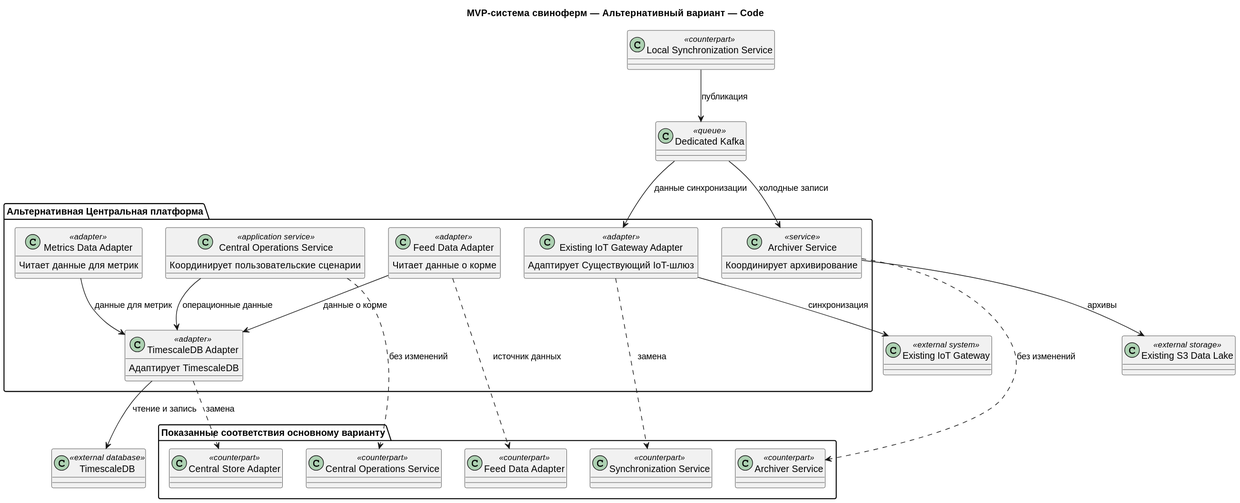
vs-ya-practicum/01-MSA-AgroTech keeps this PlantUML diagram as Task3/svg/03-04-alternative.c4.code.svg. Above is the earlier version. Source of this version:
```plantuml
@startuml
title MVP-система свиноферм — Альтернативный вариант — Code

skinparam classAttributeIconSize 0

package "Альтернативная Центральная платформа" as alternativeCentral {
    class "Existing IoT Gateway Adapter" as iotGatewayAdapter <<adapter>> {
        Адаптирует Существующий IoT-шлюз
    }

    class "TimescaleDB Adapter" as timescaleAdapter <<adapter>> {
        Адаптирует TimescaleDB
    }

    class "Central Operations Service" as operationsService <<application service>> {
        Координирует пользовательские сценарии
    }

    class "Feed Data Adapter" as feedDataAdapter <<adapter>> {
        Читает данные о корме
    }

    class "Metrics Data Adapter" as metricsDataAdapter <<adapter>> {
        Читает данные для метрик
    }

    class "Archiver Service" as archiverService <<service>> {
        Координирует архивирование
    }
}

package "Показанные соответствия основному варианту" as counterparts {
    class "Synchronization Service" as synchronizationService <<counterpart>>
    class "Central Store Adapter" as centralStoreAdapter <<counterpart>>
    class "Central Operations Service" as primaryOperationsService <<counterpart>>
    class "Feed Data Adapter" as primaryFeedDataAdapter <<counterpart>>
    class "Archiver Service" as primaryArchiverService <<counterpart>>
}

class "Existing IoT Gateway" as existingIotGateway <<external system>>
class "TimescaleDB" as timescaleDb <<external database>>
class "Dedicated Kafka" as dedicatedKafka <<queue>>
class "Existing S3 Data Lake" as existingS3DataLake <<external storage>>
class "Local Synchronization Service" as localSynchronizationService <<counterpart>>

iotGatewayAdapter --> existingIotGateway : синхронизация
timescaleAdapter --> timescaleDb : чтение и запись
operationsService --> timescaleAdapter : операционные данные
feedDataAdapter --> timescaleAdapter : данные о корме
metricsDataAdapter --> timescaleAdapter : данные для метрик
localSynchronizationService --> dedicatedKafka : публикация
dedicatedKafka --> iotGatewayAdapter : данные синхронизации
dedicatedKafka --> archiverService : холодные записи
archiverService --> existingS3DataLake : архивы

iotGatewayAdapter ..> synchronizationService : замена
timescaleAdapter ..> centralStoreAdapter : замена
operationsService ..> primaryOperationsService : без изменений
feedDataAdapter ..> primaryFeedDataAdapter : источник данных
archiverService ..> primaryArchiverService : без изменений
@enduml
```
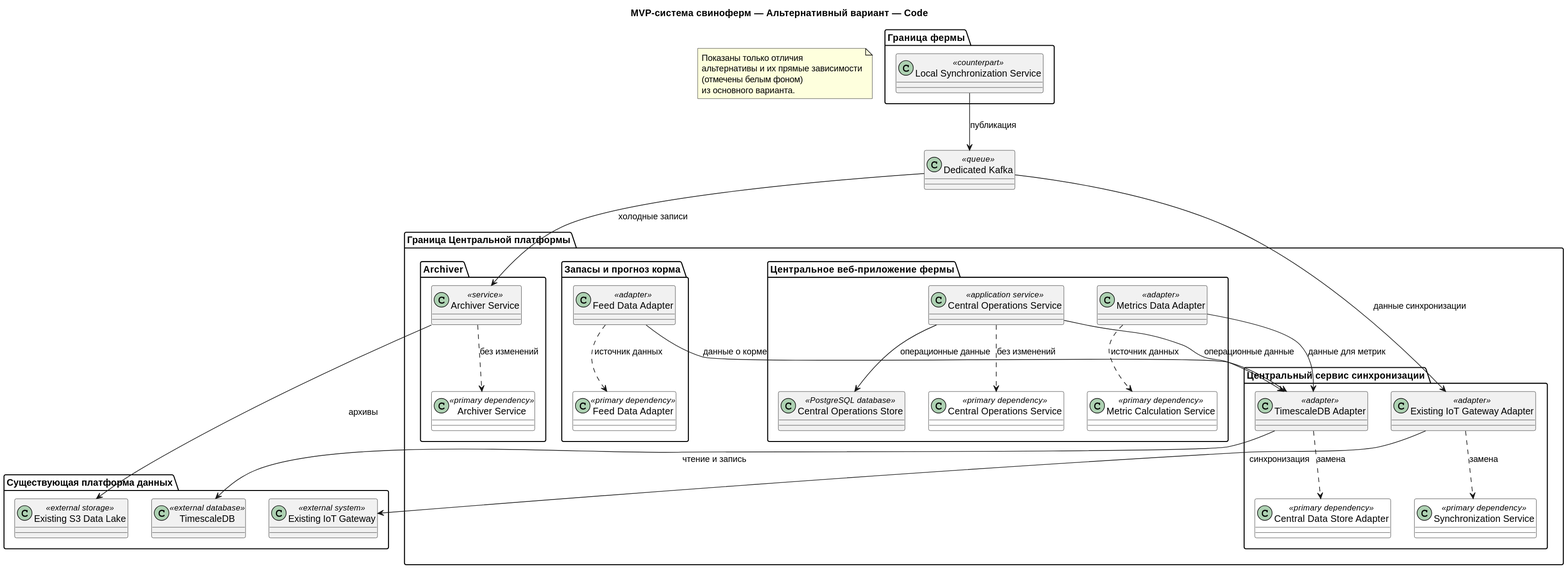
Later version of the same file.

Change to the diagram source:
```diff
@@ -2,46 +2,46 @@
 title MVP-система свиноферм — Альтернативный вариант — Code
 
 skinparam classAttributeIconSize 0
+skinparam classBackgroundColor<<primary dependency>> #FFFFFF
 
-package "Альтернативная Центральная платформа" as alternativeCentral {
-    class "Existing IoT Gateway Adapter" as iotGatewayAdapter <<adapter>> {
-        Адаптирует Существующий IoT-шлюз
-    }
+note "Показаны только отличия\nальтернативы и их прямые зависимости\n(отмечены белым фоном)\nиз основного варианта." as scopeNote
 
-    class "TimescaleDB Adapter" as timescaleAdapter <<adapter>> {
-        Адаптирует TimescaleDB
-    }
-
-    class "Central Operations Service" as operationsService <<application service>> {
-        Координирует пользовательские сценарии
-    }
-
-    class "Feed Data Adapter" as feedDataAdapter <<adapter>> {
-        Читает данные о корме
-    }
-
-    class "Metrics Data Adapter" as metricsDataAdapter <<adapter>> {
-        Читает данные для метрик
-    }
-
-    class "Archiver Service" as archiverService <<service>> {
-        Координирует архивирование
-    }
+package "Граница Центральной платформы" as centralPlatformBoundary {
+package "Центральный сервис синхронизации" as synchronizationPackage {
+    class "Existing IoT Gateway Adapter" as iotGatewayAdapter <<adapter>>
+    class "Synchronization Service" as synchronizationService <<primary dependency>>
+    class "TimescaleDB Adapter" as timescaleAdapter <<adapter>>
+    class "Central Data Store Adapter" as centralDataStoreAdapter <<primary dependency>>
 }
 
-package "Показанные соответствия основному варианту" as counterparts {
-    class "Synchronization Service" as synchronizationService <<counterpart>>
-    class "Central Store Adapter" as centralStoreAdapter <<counterpart>>
-    class "Central Operations Service" as primaryOperationsService <<counterpart>>
-    class "Feed Data Adapter" as primaryFeedDataAdapter <<counterpart>>
-    class "Archiver Service" as primaryArchiverService <<counterpart>>
+package "Центральное веб-приложение фермы" as operationsPackage {
+    class "Central Operations Service" as operationsService <<application service>>
+    class "Central Operations Service" as primaryOperationsService <<primary dependency>>
+    class "Metrics Data Adapter" as metricsDataAdapter <<adapter>>
+    class "Central Operations Store" as centralOperationsStore <<PostgreSQL database>>
+    class "Metric Calculation Service" as primaryMetricCalculationService <<primary dependency>>
 }
 
-class "Existing IoT Gateway" as existingIotGateway <<external system>>
-class "TimescaleDB" as timescaleDb <<external database>>
+package "Запасы и прогноз корма" as feedPackage {
+    class "Feed Data Adapter" as feedDataAdapter <<adapter>>
+    class "Feed Data Adapter" as primaryFeedDataAdapter <<primary dependency>>
+}
+
+package "Archiver" as archivePackage {
+    class "Archiver Service" as archiverService <<service>>
+    class "Archiver Service" as primaryArchiverService <<primary dependency>>
+}
+}
+
+package "Существующая платформа данных" as existingDataPlatform {
+    class "Existing IoT Gateway" as existingIotGateway <<external system>>
+    class "TimescaleDB" as timescaleDb <<external database>>
+    class "Existing S3 Data Lake" as existingS3DataLake <<external storage>>
+}
 class "Dedicated Kafka" as dedicatedKafka <<queue>>
-class "Existing S3 Data Lake" as existingS3DataLake <<external storage>>
+package "Граница фермы" as farmBoundary {
 class "Local Synchronization Service" as localSynchronizationService <<counterpart>>
+}
 
 iotGatewayAdapter --> existingIotGateway : синхронизация
 timescaleAdapter --> timescaleDb : чтение и запись
@@ -54,8 +54,10 @@
 archiverService --> existingS3DataLake : архивы
 
 iotGatewayAdapter ..> synchronizationService : замена
-timescaleAdapter ..> centralStoreAdapter : замена
+timescaleAdapter ..> centralDataStoreAdapter : замена
+operationsService --> centralOperationsStore : операционные данные
 operationsService ..> primaryOperationsService : без изменений
 feedDataAdapter ..> primaryFeedDataAdapter : источник данных
+metricsDataAdapter ..> primaryMetricCalculationService : источник данных
 archiverService ..> primaryArchiverService : без изменений
 @enduml
```
